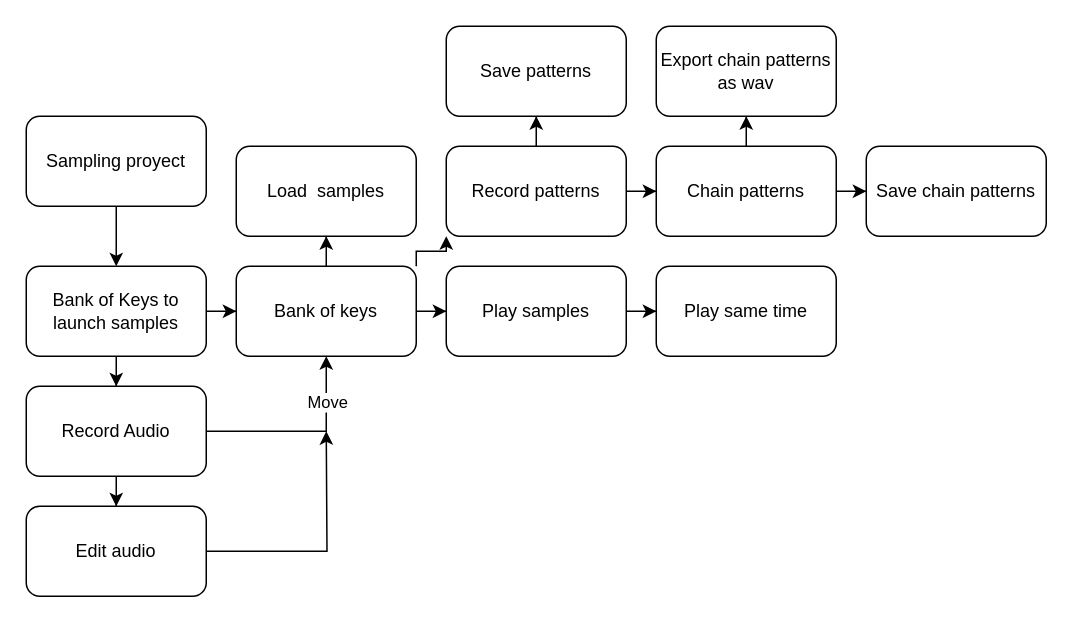
This is Sampling proyect diagram.drawio from elcalak/Sampling, a draw.io file, before an edit. Source tidied: cells renumbered, new cells numbered last; positions are measured from the earlier drawing's top-left corner, leaving out a move shared by most shapes. Both pictures are drawn from the tidied source at 150%, with x=0, y=0 at pixel (26, 26).
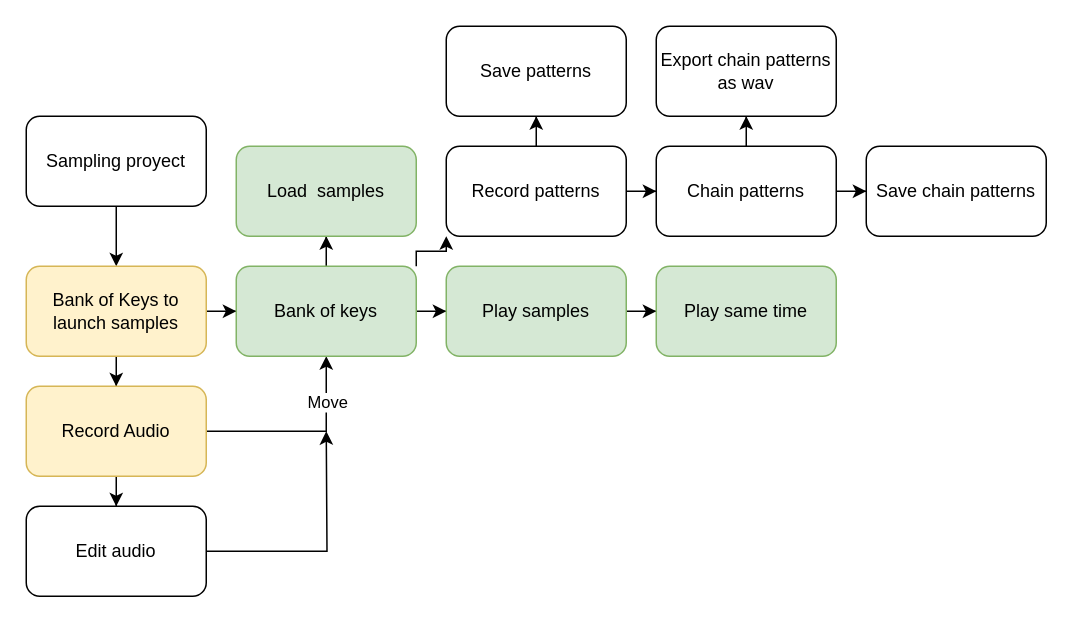
The same diagram, later.

Diff of the diagram source:
```diff
@@
-    <mxCell id="6" value="Bank of Keys to launch samples" style="rounded=1;whiteSpace=wrap;html=1;" parent="1" vertex="1">
+    <mxCell id="6" value="Bank of Keys to launch samples" style="rounded=1;whiteSpace=wrap;html=1;fillColor=#fff2cc;strokeColor=#d6b656;" parent="1" vertex="1">
       <mxGeometry y="160" width="120" height="60" as="geometry" />
     </mxCell>
@@
-    <mxCell id="10" value="Record Audio" style="rounded=1;whiteSpace=wrap;html=1;" parent="1" vertex="1">
+    <mxCell id="10" value="Record Audio" style="rounded=1;whiteSpace=wrap;html=1;fillColor=#fff2cc;strokeColor=#d6b656;" parent="1" vertex="1">
       <mxGeometry y="240" width="120" height="60" as="geometry" />
     </mxCell>
@@
-    <mxCell id="16" value="Bank of keys" style="whiteSpace=wrap;html=1;rounded=1;" parent="1" vertex="1">
+    <mxCell id="16" value="Bank of keys" style="whiteSpace=wrap;html=1;rounded=1;fillColor=#d5e8d4;strokeColor=#82b366;" parent="1" vertex="1">
       <mxGeometry x="140" y="160" width="120" height="60" as="geometry" />
     </mxCell>
-    <mxCell id="17" value="Load&amp;nbsp; samples" style="whiteSpace=wrap;html=1;rounded=1;" parent="1" vertex="1">
+    <mxCell id="17" value="Load&amp;nbsp; samples" style="whiteSpace=wrap;html=1;rounded=1;fillColor=#d5e8d4;strokeColor=#82b366;" parent="1" vertex="1">
       <mxGeometry x="140" y="80" width="120" height="60" as="geometry" />
     </mxCell>
@@
-    <mxCell id="19" value="Play samples" style="whiteSpace=wrap;html=1;rounded=1;" parent="1" vertex="1">
+    <mxCell id="19" value="Play samples" style="whiteSpace=wrap;html=1;rounded=1;fillColor=#d5e8d4;strokeColor=#82b366;" parent="1" vertex="1">
       <mxGeometry x="280" y="160" width="120" height="60" as="geometry" />
     </mxCell>
-    <mxCell id="20" value="Play&amp;nbsp;&lt;span style=&quot;background-color: transparent; color: light-dark(rgb(0, 0, 0), rgb(255, 255, 255));&quot;&gt;same time&lt;/span&gt;" style="whiteSpace=wrap;html=1;rounded=1;" parent="1" vertex="1">
+    <mxCell id="20" value="Play&amp;nbsp;&lt;span style=&quot;background-color: transparent; color: light-dark(rgb(0, 0, 0), rgb(255, 255, 255));&quot;&gt;same time&lt;/span&gt;" style="whiteSpace=wrap;html=1;rounded=1;fillColor=#d5e8d4;strokeColor=#82b366;" parent="1" vertex="1">
       <mxGeometry x="420" y="160" width="120" height="60" as="geometry" />
     </mxCell>
```
